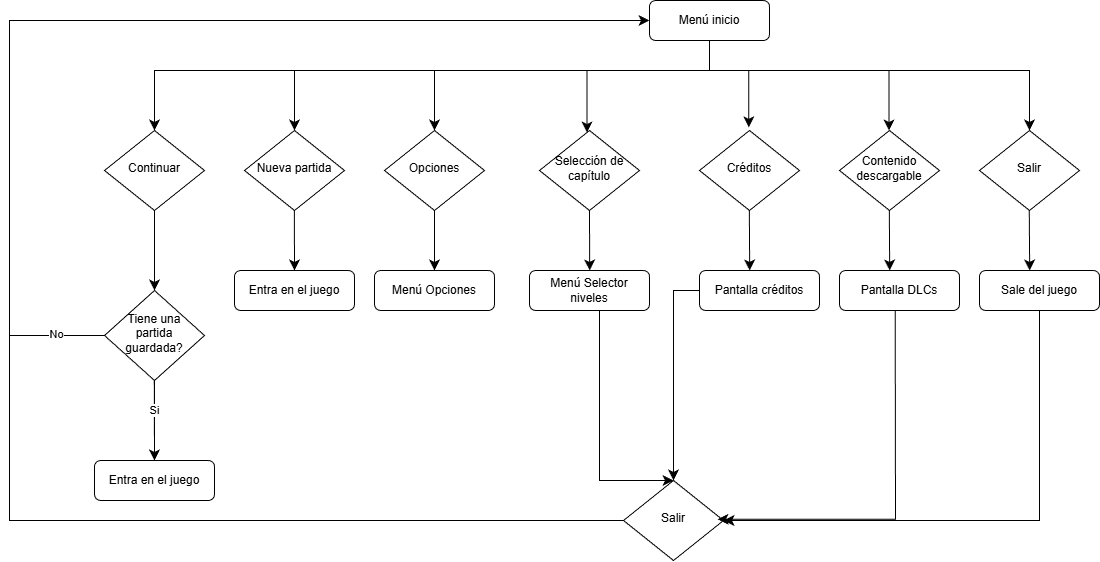
This is Imagenes_README/DiagramaflujoMenuPrincipal.drawio.png from TheBigBoneTeam/Proyecto_Coyote, a draw.io export, as it was before one commit. Source tidied: cells renumbered, new cells last; positions are measured from the earlier drawing's top-left corner, leaving out a move shared by most shapes.
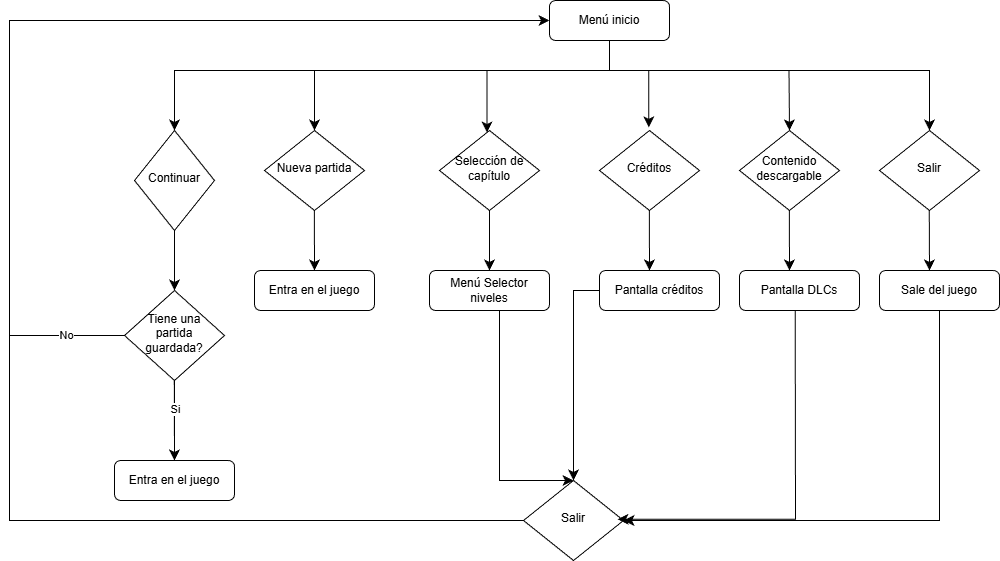
Later version of the same file.

Change to the diagram source:
```diff
@@ -2,48 +2,28 @@
   <root>
     <mxCell id="0" />
     <mxCell id="1" parent="0" />
-    <mxCell id="2" value="Continuar" style="rhombus;whiteSpace=wrap;html=1;shadow=0;fontFamily=Helvetica;fontSize=12;align=center;strokeWidth=1;spacing=6;spacingTop=-4;" parent="1" vertex="1">
-      <mxGeometry x="95" y="130" width="100" height="80" as="geometry" />
+    <mxCell id="2" value="Continuar" style="rhombus;whiteSpace=wrap;html=1;shadow=0;fontFamily=Helvetica;fontSize=12;align=center;strokeWidth=1;spacing=6;spacingTop=-4;direction=south;" parent="1" vertex="1">
+      <mxGeometry x="225" y="130" width="80" height="100" as="geometry" />
     </mxCell>
     <mxCell id="3" value="Entra en el juego" style="rounded=1;whiteSpace=wrap;html=1;fontSize=12;glass=0;strokeWidth=1;shadow=0;" parent="1" vertex="1">
-      <mxGeometry x="85" y="460" width="120" height="40" as="geometry" />
+      <mxGeometry x="205" y="460" width="120" height="40" as="geometry" />
     </mxCell>
-    <mxCell id="4" value="Menú Opciones" style="rounded=1;whiteSpace=wrap;html=1;fontSize=12;glass=0;strokeWidth=1;shadow=0;" parent="1" vertex="1">
-      <mxGeometry x="365" y="270" width="120" height="40" as="geometry" />
-    </mxCell>
-    <mxCell id="5" style="edgeStyle=segmentEdgeStyle;endArrow=classic;html=1;curved=0;rounded=0;endSize=8;startSize=8;entryX=0.5;entryY=0;entryDx=0;entryDy=0;" parent="1" edge="1" target="2">
+    <mxCell id="5" style="edgeStyle=segmentEdgeStyle;endArrow=classic;html=1;curved=0;rounded=0;endSize=8;startSize=8;entryX=0;entryY=0.5;entryDx=0;entryDy=0;" parent="1" edge="1" target="2">
       <mxGeometry relative="1" as="geometry">
         <mxPoint x="730" y="40" as="sourcePoint" />
         <Array as="points">
           <mxPoint x="700" y="40" />
           <mxPoint x="700" y="70" />
-          <mxPoint x="145" y="70" />
+          <mxPoint x="265" y="70" />
         </Array>
       </mxGeometry>
     </mxCell>
     <mxCell id="6" value="Menú inicio" style="rounded=1;whiteSpace=wrap;html=1;fontSize=12;glass=0;strokeWidth=1;shadow=0;" parent="1" vertex="1">
       <mxGeometry x="640" width="120" height="40" as="geometry" />
     </mxCell>
-    <mxCell id="7" style="edgeStyle=elbowEdgeStyle;elbow=horizontal;endArrow=classic;html=1;curved=0;rounded=0;endSize=8;startSize=8;exitX=0.5;exitY=1;exitDx=0;exitDy=0;" parent="1" edge="1" source="2" target="31">
+    <mxCell id="7" style="edgeStyle=elbowEdgeStyle;elbow=horizontal;endArrow=classic;html=1;curved=0;rounded=0;endSize=8;startSize=8;exitX=1;exitY=0.5;exitDx=0;exitDy=0;" parent="1" edge="1" source="2" target="31">
       <mxGeometry relative="1" as="geometry" />
     </mxCell>
-    <mxCell id="8" value="Opciones" style="rhombus;whiteSpace=wrap;html=1;shadow=0;fontFamily=Helvetica;fontSize=12;align=center;strokeWidth=1;spacing=6;spacingTop=-4;" parent="1" vertex="1">
-      <mxGeometry x="375" y="130" width="100" height="80" as="geometry" />
-    </mxCell>
-    <mxCell id="9" style="edgeStyle=elbowEdgeStyle;elbow=horizontal;endArrow=classic;html=1;curved=0;rounded=0;endSize=8;startSize=8;entryX=0.5;entryY=0;entryDx=0;entryDy=0;" parent="1" edge="1">
-      <mxGeometry relative="1" as="geometry">
-        <mxPoint x="425" y="210" as="sourcePoint" />
-        <mxPoint x="424.9" y="270" as="targetPoint" />
-      </mxGeometry>
-    </mxCell>
-    <mxCell id="10" style="edgeStyle=elbowEdgeStyle;elbow=horizontal;endArrow=classic;html=1;curved=0;rounded=0;endSize=8;startSize=8;entryX=0.5;entryY=0;entryDx=0;entryDy=0;" parent="1" edge="1" target="8">
-      <mxGeometry relative="1" as="geometry">
-        <mxPoint x="750" y="70" as="sourcePoint" />
-        <Array as="points">
-          <mxPoint x="425" y="100" />
-        </Array>
-      </mxGeometry>
-    </mxCell>
     <mxCell id="11" value="Contenido descargable" style="rhombus;whiteSpace=wrap;html=1;shadow=0;fontFamily=Helvetica;fontSize=12;align=center;strokeWidth=1;spacing=6;spacingTop=-4;" parent="1" vertex="1">
       <mxGeometry x="830" y="130" width="100" height="80" as="geometry" />
     </mxCell>
@@ -98,28 +78,27 @@
     <mxCell id="21" style="edgeStyle=segmentEdgeStyle;endArrow=classic;html=1;curved=0;rounded=0;endSize=8;startSize=8;exitX=0;exitY=0.5;exitDx=0;exitDy=0;entryX=0;entryY=0.5;entryDx=0;entryDy=0;" parent="1" edge="1" source="19" target="6">
       <mxGeometry relative="1" as="geometry">
         <Array as="points">
-          <mxPoint y="520" />
-          <mxPoint y="20" />
+          <mxPoint x="100" y="520" />
+          <mxPoint x="100" y="20" />
         </Array>
       </mxGeometry>
     </mxCell>
     <mxCell id="22" value="Nueva partida" style="rhombus;whiteSpace=wrap;html=1;shadow=0;fontFamily=Helvetica;fontSize=12;align=center;strokeWidth=1;spacing=6;spacingTop=-4;" parent="1" vertex="1">
-      <mxGeometry x="235" y="130" width="100" height="80" as="geometry" />
+      <mxGeometry x="355" y="130" width="100" height="80" as="geometry" />
     </mxCell>
     <mxCell id="23" value="Créditos" style="rhombus;whiteSpace=wrap;html=1;shadow=0;fontFamily=Helvetica;fontSize=12;align=center;strokeWidth=1;spacing=6;spacingTop=-4;" parent="1" vertex="1">
       <mxGeometry x="690" y="130" width="100" height="80" as="geometry" />
     </mxCell>
-    <mxCell id="24" style="edgeStyle=elbowEdgeStyle;elbow=horizontal;endArrow=classic;html=1;curved=0;rounded=0;endSize=8;startSize=8;" parent="1" edge="1">
+    <mxCell id="24" style="edgeStyle=elbowEdgeStyle;elbow=horizontal;endArrow=classic;html=1;curved=0;rounded=0;endSize=8;startSize=8;entryX=0.5;entryY=0;entryDx=0;entryDy=0;" parent="1" edge="1" target="22">
       <mxGeometry relative="1" as="geometry">
         <mxPoint x="485" y="70" as="sourcePoint" />
-        <mxPoint x="285" y="130" as="targetPoint" />
         <Array as="points">
-          <mxPoint x="285" y="100" />
+          <mxPoint x="405" y="100" />
         </Array>
       </mxGeometry>
     </mxCell>
     <mxCell id="25" value="Entra en el juego" style="rounded=1;whiteSpace=wrap;html=1;fontSize=12;glass=0;strokeWidth=1;shadow=0;" parent="1" vertex="1">
-      <mxGeometry x="225" y="270" width="120" height="40" as="geometry" />
+      <mxGeometry x="345" y="270" width="120" height="40" as="geometry" />
     </mxCell>
     <mxCell id="26" value="Sale del juego" style="rounded=1;whiteSpace=wrap;html=1;fontSize=12;glass=0;strokeWidth=1;shadow=0;" parent="1" vertex="1">
       <mxGeometry x="970" y="270" width="120" height="40" as="geometry" />
@@ -138,22 +117,22 @@
     </mxCell>
     <mxCell id="29" style="edgeStyle=elbowEdgeStyle;elbow=horizontal;endArrow=classic;html=1;curved=0;rounded=0;endSize=8;startSize=8;exitX=0.498;exitY=1.022;exitDx=0;exitDy=0;exitPerimeter=0;" parent="1" edge="1">
       <mxGeometry relative="1" as="geometry">
-        <mxPoint x="284.9" y="210" as="sourcePoint" />
-        <mxPoint x="285" y="270" as="targetPoint" />
+        <mxPoint x="404.9" y="210" as="sourcePoint" />
+        <mxPoint x="405" y="270" as="targetPoint" />
       </mxGeometry>
     </mxCell>
     <mxCell id="30" style="edgeStyle=orthogonalEdgeStyle;rounded=0;jettySize=auto;html=1;" parent="1" edge="1" source="31">
       <mxGeometry relative="1" as="geometry">
-        <mxPoint x="145" y="460" as="targetPoint" />
+        <mxPoint x="265" y="460" as="targetPoint" />
       </mxGeometry>
     </mxCell>
     <mxCell id="31" value="Tiene una partida guardada?" style="rhombus;whiteSpace=wrap;html=1;shadow=0;fontFamily=Helvetica;fontSize=12;align=center;strokeWidth=1;spacing=6;spacingTop=-4;" parent="1" vertex="1">
-      <mxGeometry x="95" y="290" width="100" height="90" as="geometry" />
+      <mxGeometry x="215" y="290" width="100" height="90" as="geometry" />
     </mxCell>
     <mxCell id="32" style="edgeStyle=elbowEdgeStyle;elbow=horizontal;endArrow=classic;html=1;curved=0;rounded=0;endSize=8;startSize=8;exitX=0.5;exitY=1;exitDx=0;exitDy=0;" parent="1" edge="1">
       <mxGeometry relative="1" as="geometry">
-        <mxPoint x="144.8" y="380" as="sourcePoint" />
-        <mxPoint x="144.8" y="460" as="targetPoint" />
+        <mxPoint x="264.8" y="380" as="sourcePoint" />
+        <mxPoint x="264.8" y="460" as="targetPoint" />
       </mxGeometry>
     </mxCell>
     <mxCell id="33" value="Si" style="edgeLabel;html=1;align=center;verticalAlign=middle;" parent="32" vertex="1">
@@ -161,7 +140,7 @@
     </mxCell>
     <mxCell id="34" style="endArrow=none;html=1;rounded=0;entryX=0;entryY=0.5;entryDx=0;entryDy=0;" parent="1" edge="1" target="31">
       <mxGeometry relative="1" as="geometry">
-        <mxPoint y="335" as="sourcePoint" />
+        <mxPoint x="100" y="335" as="sourcePoint" />
       </mxGeometry>
     </mxCell>
     <mxCell id="35" value="No" style="edgeLabel;html=1;align=center;verticalAlign=middle;" parent="34" vertex="1">
```
